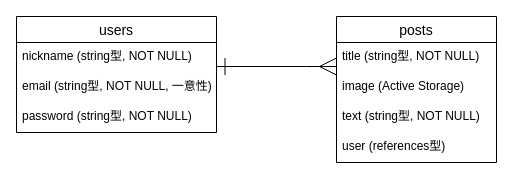
Earlier version of the draw.io diagram ER.dio (tsuyoponta/citem). Source tidied: cells renumbered, new cells numbered last; positions are measured from the earlier drawing's top-left corner, leaving out a move shared by most shapes. Both pictures are drawn from the tidied source at 100%, with x=0, y=0 at pixel (16, 16).
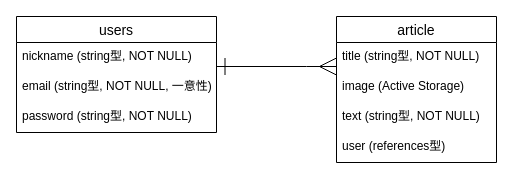
The same diagram, later.

Commit message:
テーブル名変更

What changed in the source:
```diff
@@
 <mxGraphModel>
   <root>
     <mxCell id="0" />
     <mxCell id="1" parent="0" />
     <mxCell id="2" style="edgeStyle=orthogonalEdgeStyle;rounded=0;jettySize=auto;html=1;startArrow=ERone;startFill=0;endArrow=ERmany;endFill=0;startSize=15;endSize=15;" parent="1" edge="1" source="3" target="7">
       <mxGeometry relative="1" as="geometry">
         <Array as="points">
           <mxPoint x="290" y="50" />
           <mxPoint x="290" y="50" />
         </Array>
       </mxGeometry>
     </mxCell>
     <mxCell id="3" value="users" style="swimlane;fontStyle=0;horizontal=1;startSize=26;align=center;fontSize=14;" parent="1" vertex="1">
       <mxGeometry width="200" height="116" as="geometry" />
     </mxCell>
     <mxCell id="4" value="nickname (string型, NOT NULL)" style="text;strokeColor=none;fillColor=none;spacingLeft=4;spacingRight=4;overflow=hidden;fontSize=12;" parent="3" vertex="1">
       <mxGeometry y="26" width="200" height="30" as="geometry" />
     </mxCell>
     <mxCell id="5" value="email (string型, NOT NULL, 一意性)" style="text;strokeColor=none;fillColor=none;spacingLeft=4;spacingRight=4;overflow=hidden;fontSize=12;" parent="3" vertex="1">
       <mxGeometry y="56" width="200" height="30" as="geometry" />
     </mxCell>
     <mxCell id="6" value="password (string型, NOT NULL)" style="text;strokeColor=none;fillColor=none;spacingLeft=4;spacingRight=4;overflow=hidden;fontSize=12;" parent="3" vertex="1">
       <mxGeometry y="86" width="200" height="30" as="geometry" />
     </mxCell>
-    <mxCell id="7" value="posts" style="swimlane;fontStyle=0;horizontal=1;startSize=26;align=center;fontSize=14;" parent="1" vertex="1">
+    <mxCell id="7" value="article" style="swimlane;fontStyle=0;horizontal=1;startSize=26;align=center;fontSize=14;" parent="1" vertex="1">
       <mxGeometry x="320" width="160" height="146" as="geometry" />
     </mxCell>
     <mxCell id="8" value="title (string型, NOT NULL)" style="text;strokeColor=none;fillColor=none;spacingLeft=4;spacingRight=4;overflow=hidden;fontSize=12;" parent="7" vertex="1">
       <mxGeometry y="26" width="160" height="30" as="geometry" />
     </mxCell>
     <mxCell id="9" value="image (Active Storage)" style="text;strokeColor=none;fillColor=none;spacingLeft=4;spacingRight=4;overflow=hidden;fontSize=12;" parent="7" vertex="1">
       <mxGeometry y="56" width="160" height="30" as="geometry" />
     </mxCell>
     <mxCell id="10" value="text (string型, NOT NULL)" style="text;strokeColor=none;fillColor=none;spacingLeft=4;spacingRight=4;overflow=hidden;fontSize=12;" parent="7" vertex="1">
       <mxGeometry y="86" width="160" height="30" as="geometry" />
     </mxCell>
     <mxCell id="11" value="user (references型)" style="text;strokeColor=none;fillColor=none;spacingLeft=4;spacingRight=4;overflow=hidden;fontSize=12;" parent="7" vertex="1">
       <mxGeometry y="116" width="160" height="30" as="geometry" />
     </mxCell>
   </root>
 </mxGraphModel>
```
